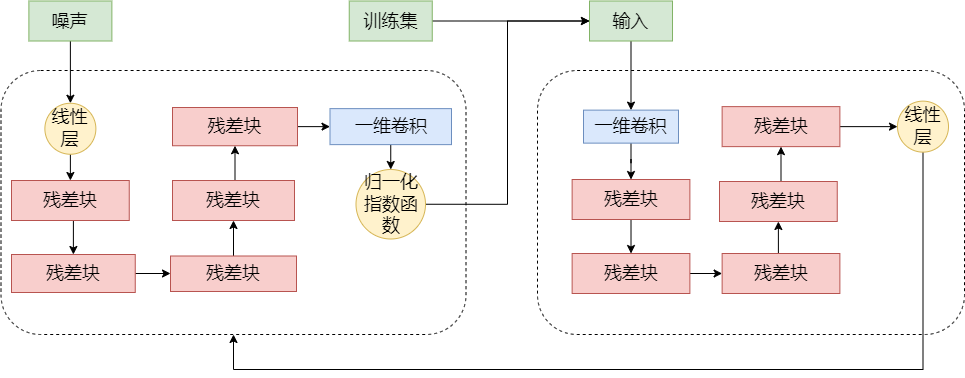
Above: passgan-structure.drawio.png in lakomi/pictures (draw.io), before the change. Source tidied: cells renumbered, new cells last; positions are measured from the earlier drawing's top-left corner, leaving out a move shared by most shapes.
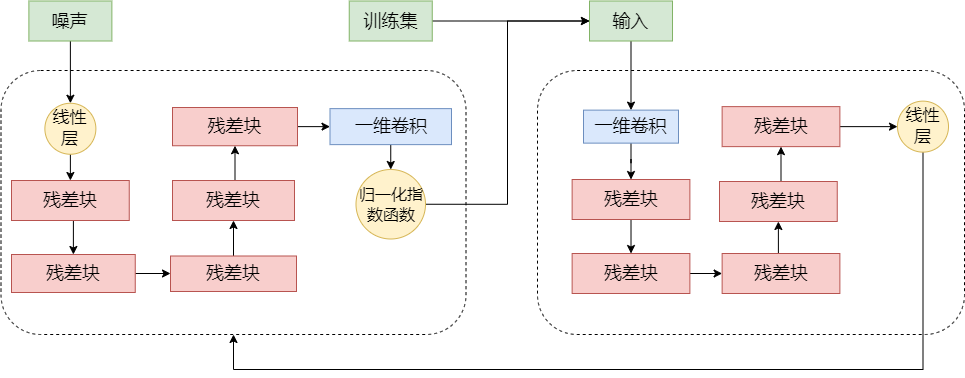
Above is the later version.

The edit, as a diff of the source:
```diff
@@ -14,7 +14,7 @@
     <mxCell id="5" style="edgeStyle=orthogonalEdgeStyle;rounded=0;jettySize=auto;html=1;exitX=0.5;exitY=1;exitDx=0;exitDy=0;entryX=0.5;entryY=0;entryDx=0;entryDy=0;fontSize=18;" parent="1" edge="1" source="6" target="8">
       <mxGeometry relative="1" as="geometry" />
     </mxCell>
-    <mxCell id="6" value="线性层" style="ellipse;whiteSpace=wrap;html=1;fontSize=18;fillColor=#fff2cc;strokeColor=#d6b656;" parent="1" vertex="1">
+    <mxCell id="6" value="线性层" style="ellipse;whiteSpace=wrap;html=1;fontSize=17;fillColor=#fff2cc;strokeColor=#d6b656;" parent="1" vertex="1">
       <mxGeometry x="43.4" y="102.8" width="51" height="51" as="geometry" />
     </mxCell>
     <mxCell id="7" style="edgeStyle=orthogonalEdgeStyle;rounded=0;jettySize=auto;html=1;exitX=0.5;exitY=1;exitDx=0;exitDy=0;entryX=0.5;entryY=0;entryDx=0;entryDy=0;fontSize=18;" parent="1" edge="1" source="8" target="10">
@@ -56,7 +56,7 @@
     <mxCell id="19" style="edgeStyle=orthogonalEdgeStyle;rounded=0;jettySize=auto;html=1;exitX=1;exitY=0.5;exitDx=0;exitDy=0;entryX=0;entryY=0.5;entryDx=0;entryDy=0;strokeWidth=1;fontSize=18;" parent="1" edge="1" source="20" target="23">
       <mxGeometry relative="1" as="geometry" />
     </mxCell>
-    <mxCell id="20" value="归一化指数函数" style="ellipse;whiteSpace=wrap;html=1;fontSize=18;fillColor=#fff2cc;strokeColor=#d6b656;" parent="1" vertex="1">
+    <mxCell id="20" value="归一化指数函数" style="ellipse;whiteSpace=wrap;html=1;fontSize=16;fillColor=#fff2cc;strokeColor=#d6b656;" parent="1" vertex="1">
       <mxGeometry x="354.5" y="169" width="69.5" height="69.5" as="geometry" />
     </mxCell>
     <mxCell id="21" style="rounded=1;whiteSpace=wrap;html=1;fontSize=18;dashed=1;" parent="1" vertex="1">
@@ -118,7 +118,7 @@
         </Array>
       </mxGeometry>
     </mxCell>
-    <mxCell id="39" value="线性层" style="ellipse;whiteSpace=wrap;html=1;fontSize=18;fillColor=#fff2cc;strokeColor=#d6b656;" parent="1" vertex="1">
+    <mxCell id="39" value="线性层" style="ellipse;whiteSpace=wrap;html=1;fontSize=17;fillColor=#fff2cc;strokeColor=#d6b656;" parent="1" vertex="1">
       <mxGeometry x="896" y="100.6" width="51" height="51" as="geometry" />
     </mxCell>
   </root>
```
